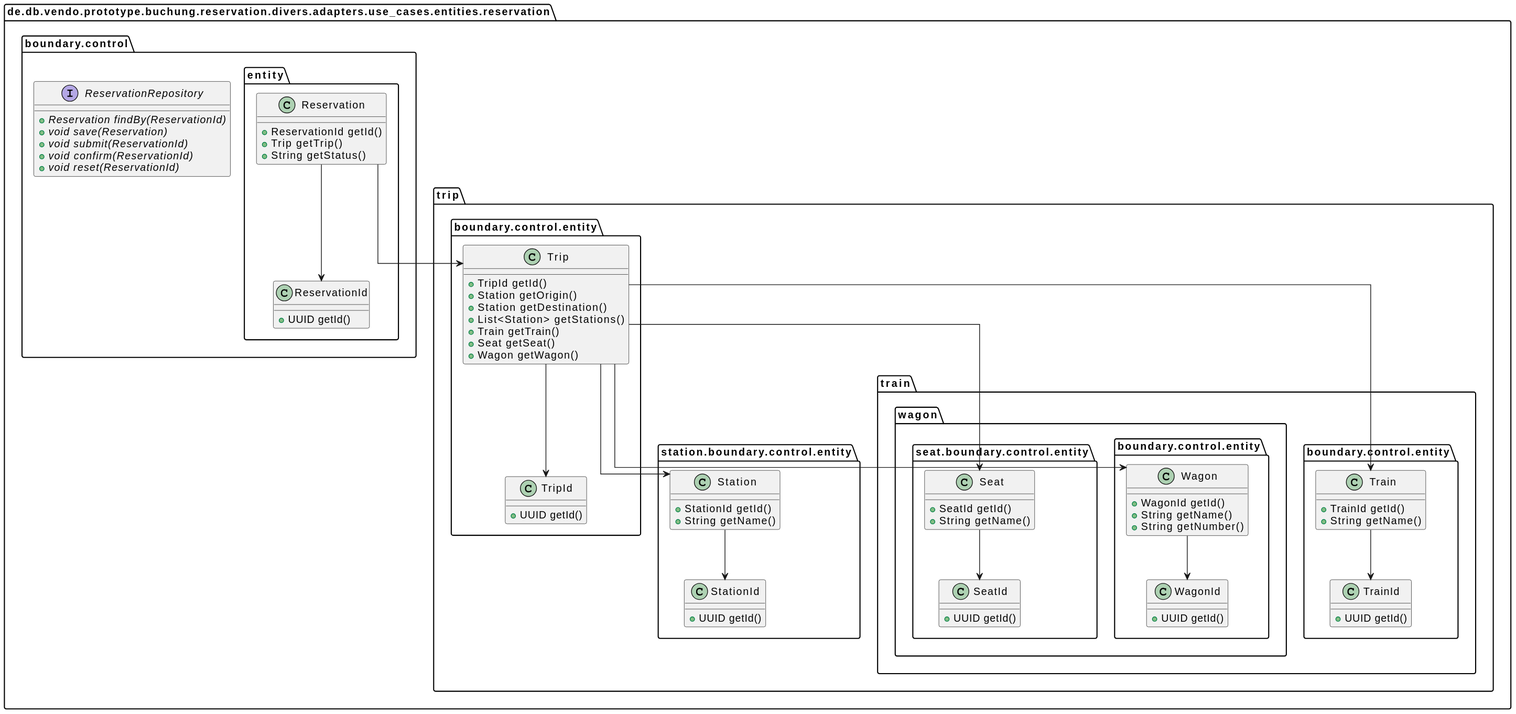
Before: doc/uml/svg/er-model.svg, a diagram exported from PlantUML (punkratz312/reservation-proto).
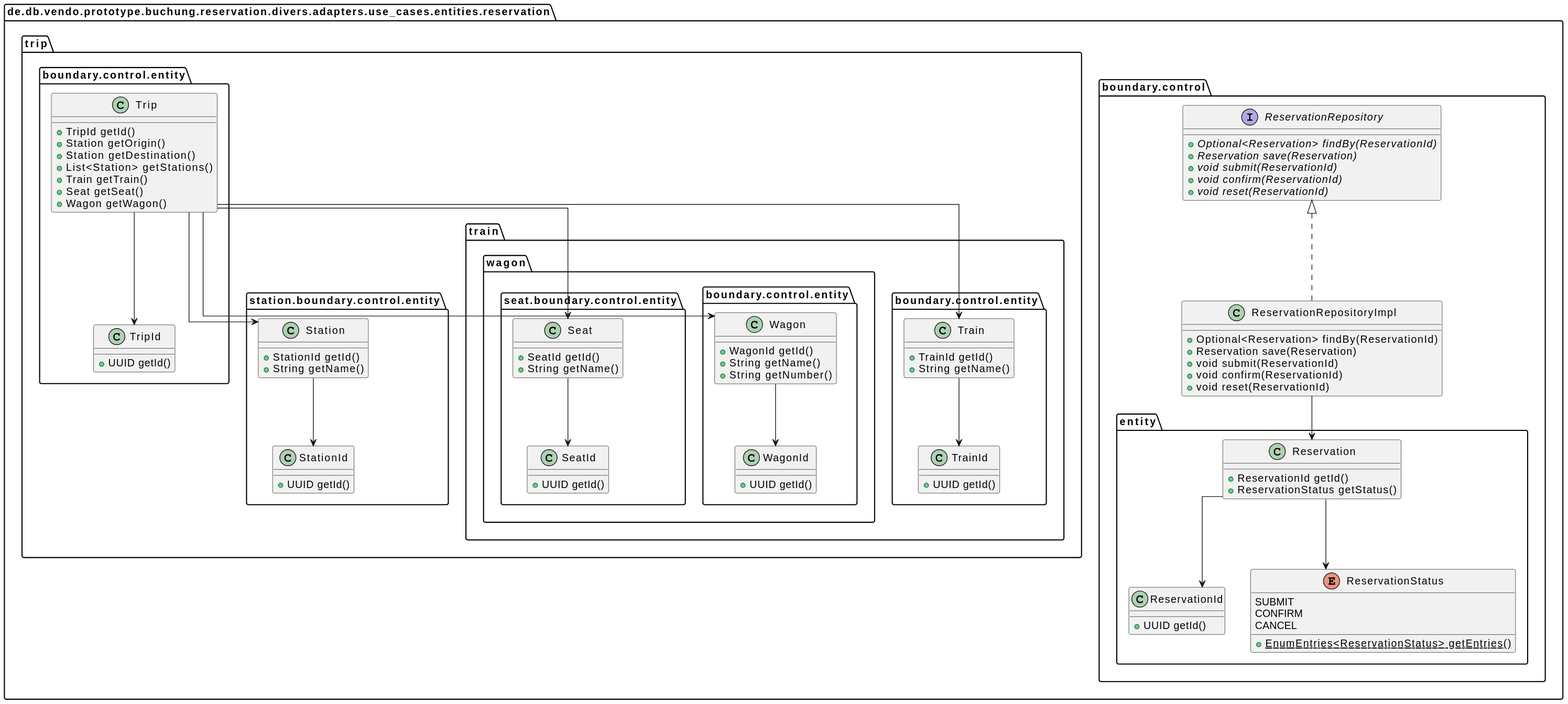
Above is the later version.

Change to the diagram source:
```diff
@@ -4,19 +4,32 @@
 show stereotype
 
 interface "ReservationRepository" as de.db.vendo.prototype.buchung.reservation.divers.adapters.use_cases.entities.reservation.boundary.control.ReservationRepository {
-  + {abstract}Reservation findBy(ReservationId)
-  + {abstract}void save(Reservation)
+  + {abstract}Optional<Reservation> findBy(ReservationId)
+  + {abstract}Reservation save(Reservation)
   + {abstract}void submit(ReservationId)
   + {abstract}void confirm(ReservationId)
   + {abstract}void reset(ReservationId)
 }
+class "ReservationRepositoryImpl" as de.db.vendo.prototype.buchung.reservation.divers.adapters.use_cases.entities.reservation.boundary.control.ReservationRepositoryImpl {
+  +Optional<Reservation> findBy(ReservationId)
+  +Reservation save(Reservation)
+  +void submit(ReservationId)
+  +void confirm(ReservationId)
+  +void reset(ReservationId)
+}
 class "Reservation" as de.db.vendo.prototype.buchung.reservation.divers.adapters.use_cases.entities.reservation.boundary.control.entity.Reservation {
   +ReservationId getId()
-  +Trip getTrip()
-  +String getStatus()
+  +ReservationStatus getStatus()
 }
 class "ReservationId" as de.db.vendo.prototype.buchung.reservation.divers.adapters.use_cases.entities.reservation.boundary.control.entity.ReservationId {
   +UUID getId()
+}
+enum "ReservationStatus" as de.db.vendo.prototype.buchung.reservation.divers.adapters.use_cases.entities.reservation.boundary.control.entity.ReservationStatus {
+  SUBMIT
+  CONFIRM
+  CANCEL
+  __
+  + {static}EnumEntries<ReservationStatus> getEntries()
 }
 class "Trip" as de.db.vendo.prototype.buchung.reservation.divers.adapters.use_cases.entities.reservation.trip.boundary.control.entity.Trip {
   +TripId getId()
@@ -59,8 +72,10 @@
 class "SeatId" as de.db.vendo.prototype.buchung.reservation.divers.adapters.use_cases.entities.reservation.trip.train.wagon.seat.boundary.control.entity.SeatId {
   +UUID getId()
 }
-de.db.vendo.prototype.buchung.reservation.divers.adapters.use_cases.entities.reservation.boundary.control.entity.Reservation --> de.db.vendo.prototype.buchung.reservation.divers.adapters.use_cases.entities.reservation.trip.boundary.control.entity.Trip
+de.db.vendo.prototype.buchung.reservation.divers.adapters.use_cases.entities.reservation.boundary.control.ReservationRepositoryImpl .u.|> de.db.vendo.prototype.buchung.reservation.divers.adapters.use_cases.entities.reservation.boundary.control.ReservationRepository
+de.db.vendo.prototype.buchung.reservation.divers.adapters.use_cases.entities.reservation.boundary.control.ReservationRepositoryImpl --> de.db.vendo.prototype.buchung.reservation.divers.adapters.use_cases.entities.reservation.boundary.control.entity.Reservation
 de.db.vendo.prototype.buchung.reservation.divers.adapters.use_cases.entities.reservation.boundary.control.entity.Reservation --> de.db.vendo.prototype.buchung.reservation.divers.adapters.use_cases.entities.reservation.boundary.control.entity.ReservationId
+de.db.vendo.prototype.buchung.reservation.divers.adapters.use_cases.entities.reservation.boundary.control.entity.Reservation --> de.db.vendo.prototype.buchung.reservation.divers.adapters.use_cases.entities.reservation.boundary.control.entity.ReservationStatus
 de.db.vendo.prototype.buchung.reservation.divers.adapters.use_cases.entities.reservation.trip.boundary.control.entity.Trip --> de.db.vendo.prototype.buchung.reservation.divers.adapters.use_cases.entities.reservation.trip.boundary.control.entity.TripId
 de.db.vendo.prototype.buchung.reservation.divers.adapters.use_cases.entities.reservation.trip.boundary.control.entity.Trip --> de.db.vendo.prototype.buchung.reservation.divers.adapters.use_cases.entities.reservation.trip.station.boundary.control.entity.Station
 de.db.vendo.prototype.buchung.reservation.divers.adapters.use_cases.entities.reservation.trip.boundary.control.entity.Trip --> de.db.vendo.prototype.buchung.reservation.divers.adapters.use_cases.entities.reservation.trip.train.wagon.seat.boundary.control.entity.Seat
```
